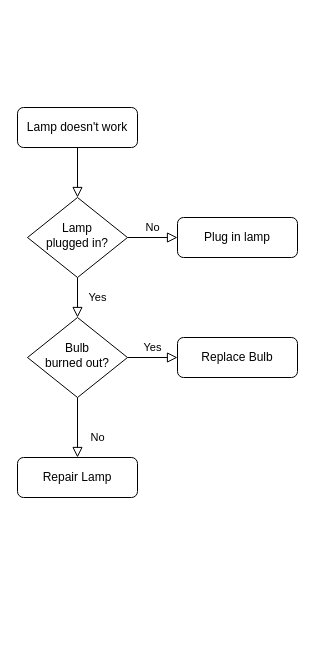
This is Untitled Diagram.drawio from kasumi993/Augmented-Reality-App---Lux, a draw.io file, before an edit. Source tidied: cells renumbered, new cells numbered last; positions are measured from the earlier drawing's top-left corner, leaving out a move shared by most shapes. Both pictures are drawn from the tidied source at 100%, with x=0, y=0 at pixel (17, 107).
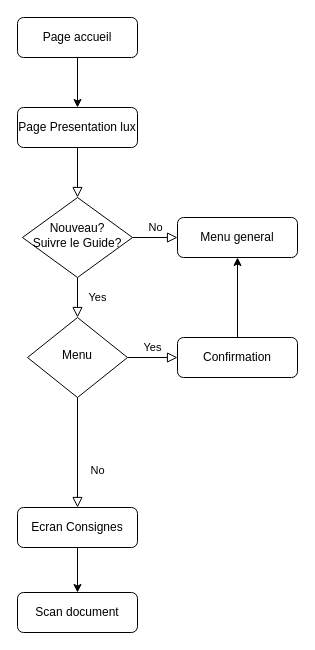
The same page after the edit.

The edit, as a diff of the source:
```diff
@@
 <mxGraphModel>
   <root>
     <mxCell id="0" />
     <mxCell id="1" parent="0" />
     <mxCell id="2" style="rounded=0;html=1;jettySize=auto;fontSize=11;endArrow=block;endFill=0;endSize=8;strokeWidth=1;shadow=0;labelBackgroundColor=none;edgeStyle=orthogonalEdgeStyle;" parent="1" edge="1" source="3" target="6">
       <mxGeometry relative="1" as="geometry" />
     </mxCell>
-    <mxCell id="3" value="Lamp doesn't work" style="rounded=1;whiteSpace=wrap;html=1;fontSize=12;glass=0;strokeWidth=1;shadow=0;" parent="1" vertex="1">
+    <mxCell id="3" value="Page Presentation lux" style="rounded=1;whiteSpace=wrap;html=1;fontSize=12;glass=0;strokeWidth=1;shadow=0;" parent="1" vertex="1">
       <mxGeometry width="120" height="40" as="geometry" />
     </mxCell>
     <mxCell id="4" value="Yes" style="rounded=0;html=1;jettySize=auto;fontSize=11;endArrow=block;endFill=0;endSize=8;strokeWidth=1;shadow=0;labelBackgroundColor=none;edgeStyle=orthogonalEdgeStyle;" parent="1" edge="1" source="6" target="10">
       <mxGeometry y="20" relative="1" as="geometry" />
     </mxCell>
     <mxCell id="5" value="No" style="edgeStyle=orthogonalEdgeStyle;rounded=0;html=1;jettySize=auto;fontSize=11;endArrow=block;endFill=0;endSize=8;strokeWidth=1;shadow=0;labelBackgroundColor=none;" parent="1" edge="1" source="6" target="7">
       <mxGeometry y="10" relative="1" as="geometry" />
     </mxCell>
-    <mxCell id="6" value="Lamp&lt;br&gt;plugged in?" style="rhombus;whiteSpace=wrap;html=1;shadow=0;fontFamily=Helvetica;fontSize=12;align=center;strokeWidth=1;spacing=6;spacingTop=-4;" parent="1" vertex="1">
-      <mxGeometry x="10" y="90" width="100" height="80" as="geometry" />
+    <mxCell id="6" value="Nouveau?&lt;br&gt;Suivre le Guide?" style="rhombus;whiteSpace=wrap;html=1;shadow=0;fontFamily=Helvetica;fontSize=12;align=center;strokeWidth=1;spacing=6;spacingTop=-4;" parent="1" vertex="1">
+      <mxGeometry x="5" y="90" width="110" height="80" as="geometry" />
     </mxCell>
-    <mxCell id="7" value="Plug in lamp" style="rounded=1;whiteSpace=wrap;html=1;fontSize=12;glass=0;strokeWidth=1;shadow=0;" parent="1" vertex="1">
+    <mxCell id="7" value="Menu general" style="rounded=1;whiteSpace=wrap;html=1;fontSize=12;glass=0;strokeWidth=1;shadow=0;" parent="1" vertex="1">
       <mxGeometry x="160" y="110" width="120" height="40" as="geometry" />
     </mxCell>
     <mxCell id="8" value="No" style="rounded=0;html=1;jettySize=auto;fontSize=11;endArrow=block;endFill=0;endSize=8;strokeWidth=1;shadow=0;labelBackgroundColor=none;edgeStyle=orthogonalEdgeStyle;" parent="1" edge="1" source="10" target="11">
       <mxGeometry x="0.33" y="20" relative="1" as="geometry" />
     </mxCell>
     <mxCell id="9" value="Yes" style="edgeStyle=orthogonalEdgeStyle;rounded=0;html=1;jettySize=auto;fontSize=11;endArrow=block;endFill=0;endSize=8;strokeWidth=1;shadow=0;labelBackgroundColor=none;" parent="1" edge="1" source="10" target="12">
       <mxGeometry y="10" relative="1" as="geometry" />
     </mxCell>
-    <mxCell id="10" value="Bulb&lt;br&gt;burned out?" style="rhombus;whiteSpace=wrap;html=1;shadow=0;fontFamily=Helvetica;fontSize=12;align=center;strokeWidth=1;spacing=6;spacingTop=-4;" parent="1" vertex="1">
+    <mxCell id="10" value="Menu" style="rhombus;whiteSpace=wrap;html=1;shadow=0;fontFamily=Helvetica;fontSize=12;align=center;strokeWidth=1;spacing=6;spacingTop=-4;" parent="1" vertex="1">
       <mxGeometry x="10" y="210" width="100" height="80" as="geometry" />
     </mxCell>
+    <mxCell id="13" style="edgeStyle=orthogonalEdgeStyle;rounded=0;jettySize=auto;html=1;entryX=0.5;entryY=0;entryDx=0;entryDy=0;" parent="1" edge="1" source="11" target="17">
+      <mxGeometry relative="1" as="geometry" />
+    </mxCell>
-    <mxCell id="11" value="Repair Lamp" style="rounded=1;whiteSpace=wrap;html=1;fontSize=12;glass=0;strokeWidth=1;shadow=0;" parent="1" vertex="1">
-      <mxGeometry y="350" width="120" height="40" as="geometry" />
+    <mxCell id="11" value="Ecran Consignes" style="rounded=1;whiteSpace=wrap;html=1;fontSize=12;glass=0;strokeWidth=1;shadow=0;" parent="1" vertex="1">
+      <mxGeometry y="400" width="120" height="40" as="geometry" />
     </mxCell>
+    <mxCell id="14" style="edgeStyle=orthogonalEdgeStyle;rounded=0;jettySize=auto;html=1;" parent="1" edge="1" source="12" target="7">
+      <mxGeometry relative="1" as="geometry" />
+    </mxCell>
-    <mxCell id="12" value="Replace Bulb" style="rounded=1;whiteSpace=wrap;html=1;fontSize=12;glass=0;strokeWidth=1;shadow=0;" parent="1" vertex="1">
+    <mxCell id="12" value="Confirmation" style="rounded=1;whiteSpace=wrap;html=1;fontSize=12;glass=0;strokeWidth=1;shadow=0;" parent="1" vertex="1">
       <mxGeometry x="160" y="230" width="120" height="40" as="geometry" />
     </mxCell>
+    <mxCell id="15" style="edgeStyle=orthogonalEdgeStyle;rounded=0;jettySize=auto;html=1;" parent="1" edge="1" source="16" target="3">
+      <mxGeometry relative="1" as="geometry" />
+    </mxCell>
+    <mxCell id="16" value="Page accueil" style="rounded=1;whiteSpace=wrap;html=1;fontSize=12;glass=0;strokeWidth=1;shadow=0;" parent="1" vertex="1">
+      <mxGeometry y="-90" width="120" height="40" as="geometry" />
+    </mxCell>
+    <mxCell id="17" value="Scan document" style="rounded=1;whiteSpace=wrap;html=1;fontSize=12;glass=0;strokeWidth=1;shadow=0;" parent="1" vertex="1">
+      <mxGeometry y="485" width="120" height="40" as="geometry" />
+    </mxCell>
   </root>
 </mxGraphModel>
```
